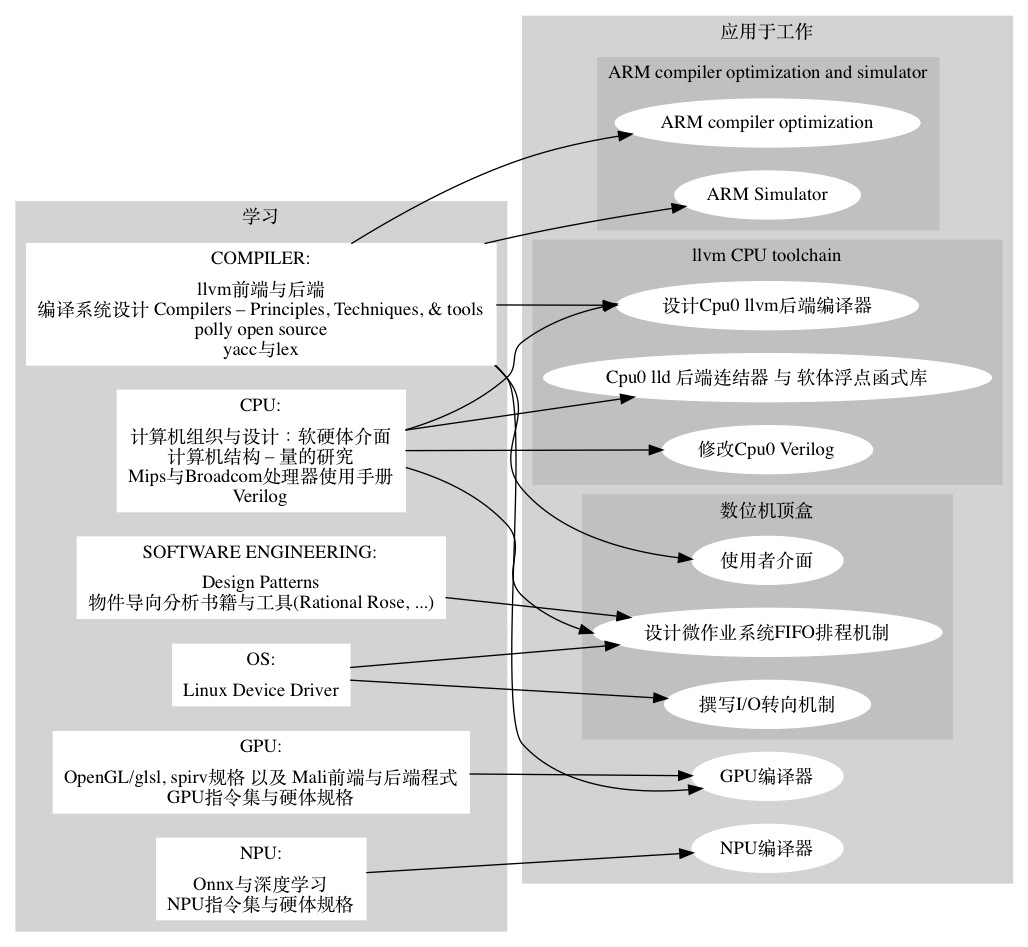
Earlier version of the Graphviz export images/study_and_apply_ch2.png (Jonathan2251/ws). Its source is kept beside it as images/study_and_apply_ch2.gv. Source of this version:
```dot

digraph G {

  rankdir=LR;
  subgraph cluster_0 {
    style=filled;
    label = "学习";
    node [shape=record,style=filled,color=white]; CPU [label="CPU:|计算机组织与设计：软硬体介面\n计算机结构 – 量的研究\nMips与Broadcom处理器使用手册\nVerilog"];
    node [shape=record,style=filled,color=white]; GPU [label="GPU:|OpenGL/glsl, spirv规格 以及 Mali前端与后端程式\nGPU指令集与硬体规格"];
    node [shape=record,style=filled,color=white]; NPU [label="NPU:|Onnx与深度学习\nNPU指令集与硬体规格"];
    node [style=filled,color=white]; COMPILER [label="COMPILER:|llvm前端与后端\n编译系统设计 Compilers – Principles, Techniques, & tools\npolly open source\nyacc与lex"];
    node [style=filled,color=white]; OS [label="OS:|Linux Device Driver"];
    node [style=filled,color=white]; "SOFTWARE ENGINEERING" [label="SOFTWARE ENGINEERING:|Design Patterns\n物件导向分析书籍与工具(Rational Rose, ...)"];
    color=lightgrey;
  }
  subgraph cluster_1 {
    style=filled;
    color=lightgrey;
    label = "应用于工作";
    subgraph cluster_1_1 {
      color=gray;
      label = "llvm CPU toolchain";
      node [style=filled,color=white]; backend [label="设计Cpu0 llvm后端编译器"];
      node [style=filled,color=white]; linker [label="Cpu0 lld 后端连结器 与 软体浮点函式库"];
      node [style=filled,color=white]; verilog [label="修改Cpu0 Verilog"];
    }
    subgraph cluster_1_2 {
      color=gray;
      label = "ARM compiler optimization and simulator";
      node [style=filled,color=white]; armopt [label="ARM compiler optimization"];
      node [style=filled,color=white]; armsim [label="ARM Simulator"];
    }
    node [style=filled,color=white]; gpucompiler [label="GPU编译器"];
    node [style=filled,color=white]; npucompiler [label="NPU编译器"];
    subgraph cluster_1_3 {
      color=gray;
      label = "数位机顶盒";
      node [style=filled,color=white]; tinyos [label="设计微作业系统FIFO排程机制"];
      node [style=filled,color=white]; ui [label="使用者介面"];
      node [style=filled,color=white]; io [label="撰写I/O转向机制"];
    }
  }
  CPU -> verilog;
  CPU -> tinyos;
  CPU -> backend;
  CPU -> linker;
  GPU -> gpucompiler;
  NPU -> npucompiler;
  COMPILER -> backend;
  COMPILER -> gpucompiler;
  COMPILER -> armopt;
  COMPILER -> armsim;
  COMPILER -> ui;
  OS -> tinyos;
  OS -> io;
  "SOFTWARE ENGINEERING" -> tinyos;
}
```
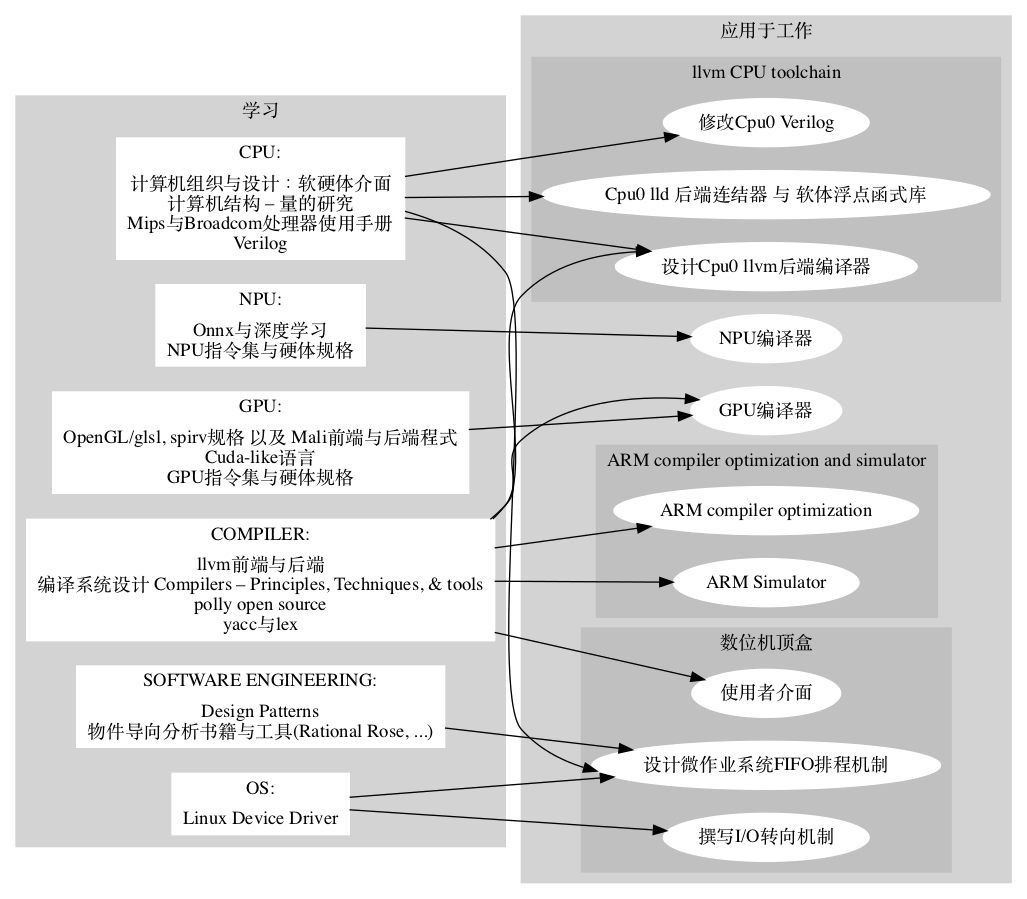
The same file after the commit.

The edit, as a diff of the source:
```diff
@@ -6,7 +6,7 @@
     style=filled;
     label = "学习";
     node [shape=record,style=filled,color=white]; CPU [label="CPU:|计算机组织与设计：软硬体介面\n计算机结构 – 量的研究\nMips与Broadcom处理器使用手册\nVerilog"];
-    node [shape=record,style=filled,color=white]; GPU [label="GPU:|OpenGL/glsl, spirv规格 以及 Mali前端与后端程式\nGPU指令集与硬体规格"];
+    node [shape=record,style=filled,color=white]; GPU [label="GPU:|OpenGL/glsl, spirv规格 以及 Mali前端与后端程式\nCuda-like语言\nGPU指令集与硬体规格"];
     node [shape=record,style=filled,color=white]; NPU [label="NPU:|Onnx与深度学习\nNPU指令集与硬体规格"];
     node [style=filled,color=white]; COMPILER [label="COMPILER:|llvm前端与后端\n编译系统设计 Compilers – Principles, Techniques, & tools\npolly open source\nyacc与lex"];
     node [style=filled,color=white]; OS [label="OS:|Linux Device Driver"];
```
